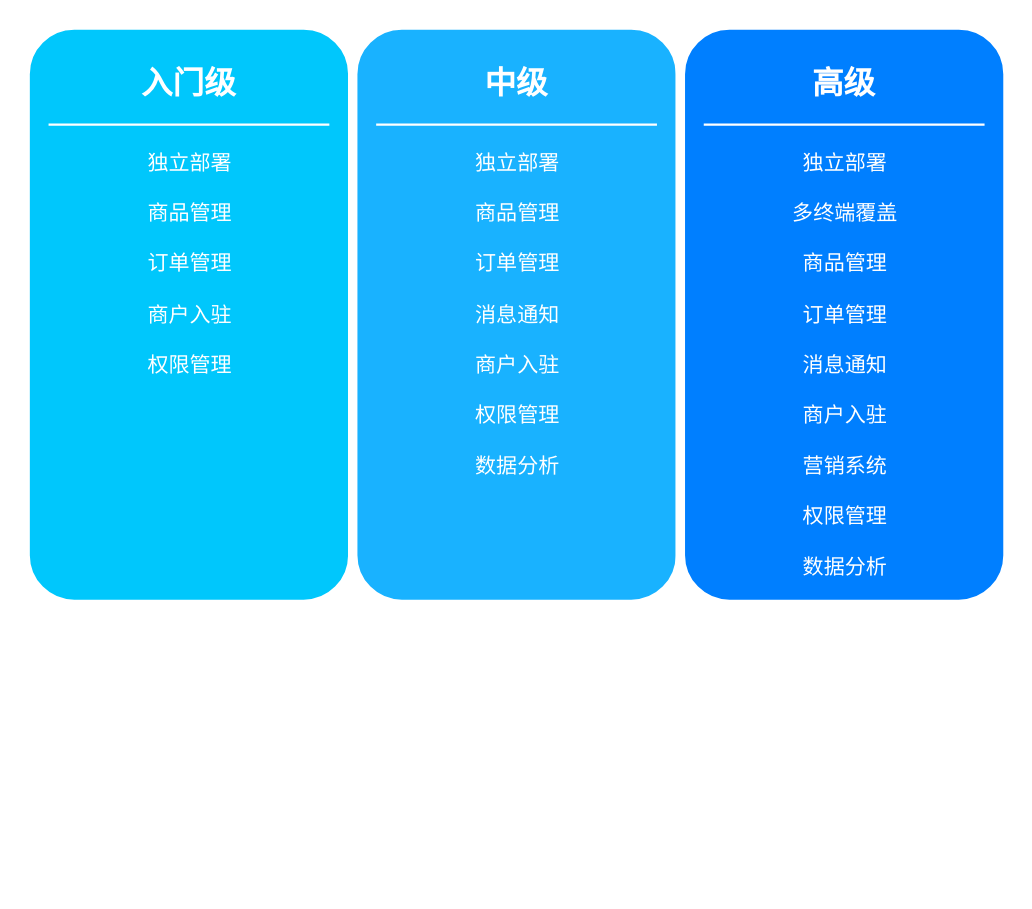
Before: 商城架构分级图.drawio in xiaoming728/draw, a draw.io diagram. Source tidied: cells renumbered, new cells numbered last; positions are measured from the earlier drawing's top-left corner, leaving out a move shared by most shapes. Both pictures are drawn from the tidied source at 117%, with x=0, y=0 at pixel (25, 25).
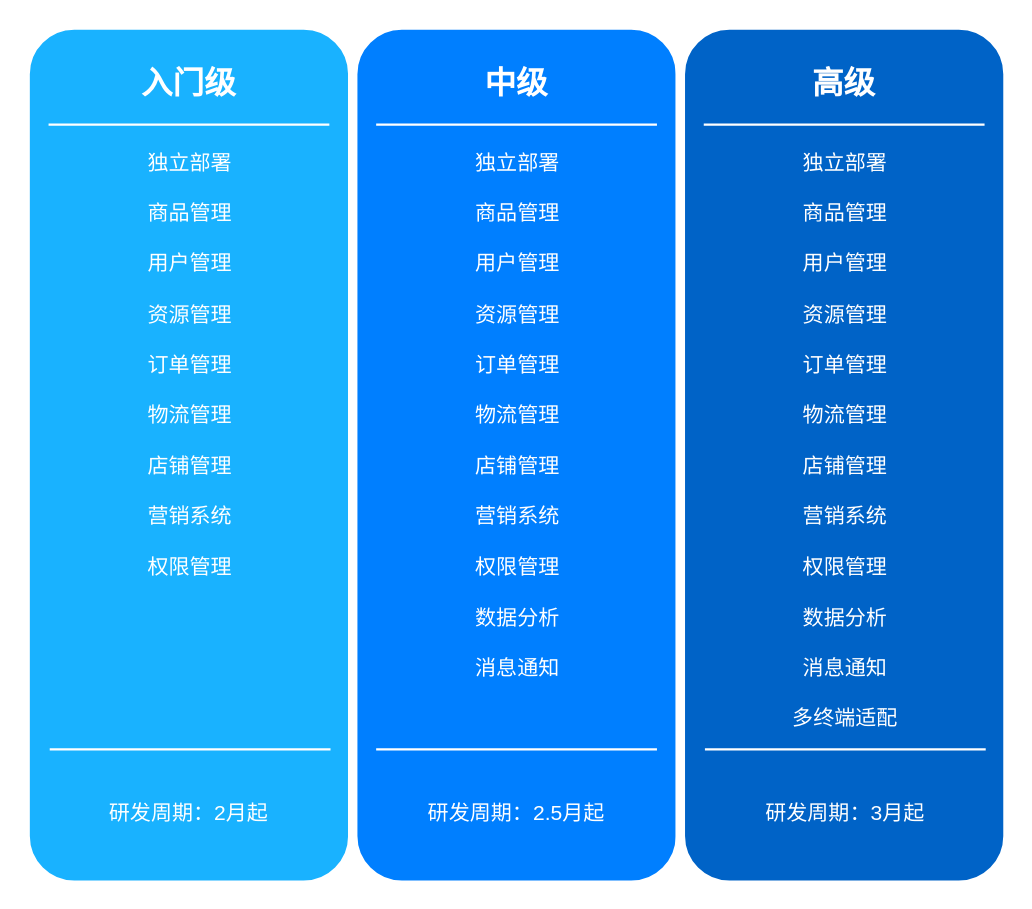
After the change.

Commit message (it also covers changes not shown here):
更新商城架构分级图.drawio

The edit, as a diff of the source:
```diff
@@
 <mxGraphModel>
   <root>
     <mxCell id="0" />
     <mxCell id="1" parent="0" />
-    <mxCell id="2" style="whiteSpace=wrap;html=1;rounded=1;shadow=0;strokeWidth=8;fontSize=20;align=center;fillColor=#00c7fc;strokeColor=#FFFFFF;" parent="1" vertex="1">
-      <mxGeometry width="280" height="495" as="geometry" />
+    <mxCell id="2" style="whiteSpace=wrap;html=1;rounded=1;shadow=0;strokeWidth=8;fontSize=20;align=center;fillColor=#19b2ff;strokeColor=#FFFFFF;" parent="1" vertex="1">
+      <mxGeometry width="280" height="735" as="geometry" />
     </mxCell>
     <mxCell id="3" value="入门级" style="text;html=1;strokeColor=none;fillColor=none;align=center;verticalAlign=middle;whiteSpace=wrap;rounded=0;shadow=0;fontSize=27;fontColor=#FFFFFF;fontStyle=1;" parent="1" vertex="1">
       <mxGeometry y="20" width="280" height="60" as="geometry" />
     </mxCell>
     <mxCell id="4" style="line;strokeWidth=2;html=1;rounded=0;shadow=0;fontSize=27;align=center;fillColor=none;strokeColor=#FFFFFF;" parent="1" vertex="1">
       <mxGeometry x="20" y="80" width="240" height="10" as="geometry" />
     </mxCell>
-    <mxCell id="5" style="whiteSpace=wrap;html=1;rounded=1;shadow=0;strokeWidth=8;fontSize=20;align=center;fillColor=#19B2FF;strokeColor=#FFFFFF;" parent="1" vertex="1">
-      <mxGeometry x="280" width="280" height="495" as="geometry" />
+    <mxCell id="5" style="whiteSpace=wrap;html=1;rounded=1;shadow=0;strokeWidth=8;fontSize=20;align=center;fillColor=#007fff;strokeColor=#FFFFFF;" parent="1" vertex="1">
+      <mxGeometry x="280" width="280" height="735" as="geometry" />
     </mxCell>
     <mxCell id="6" value="中级" style="text;html=1;strokeColor=none;fillColor=none;align=center;verticalAlign=middle;whiteSpace=wrap;rounded=0;shadow=0;fontSize=27;fontColor=#FFFFFF;fontStyle=1;" parent="1" vertex="1">
       <mxGeometry x="280" y="20" width="280" height="60" as="geometry" />
     </mxCell>
     <mxCell id="7" style="line;strokeWidth=2;html=1;rounded=0;shadow=0;fontSize=27;align=center;fillColor=none;strokeColor=#FFFFFF;" parent="1" vertex="1">
       <mxGeometry x="300" y="80" width="240" height="10" as="geometry" />
     </mxCell>
-    <mxCell id="8" style="whiteSpace=wrap;html=1;rounded=1;shadow=0;strokeWidth=8;fontSize=20;align=center;fillColor=#007FFF;strokeColor=#FFFFFF;" parent="1" vertex="1">
-      <mxGeometry x="560" width="280" height="495" as="geometry" />
+    <mxCell id="8" style="whiteSpace=wrap;html=1;rounded=1;shadow=0;strokeWidth=8;fontSize=20;align=center;fillColor=#0063C7;strokeColor=#FFFFFF;" parent="1" vertex="1">
+      <mxGeometry x="560" width="280" height="735" as="geometry" />
     </mxCell>
     <mxCell id="9" value="高级" style="text;html=1;strokeColor=none;fillColor=none;align=center;verticalAlign=middle;whiteSpace=wrap;rounded=0;shadow=0;fontSize=27;fontColor=#FFFFFF;fontStyle=1;" parent="1" vertex="1">
       <mxGeometry x="560" y="20" width="280" height="60" as="geometry" />
     </mxCell>
     <mxCell id="10" style="line;strokeWidth=2;html=1;rounded=0;shadow=0;fontSize=27;align=center;fillColor=none;strokeColor=#FFFFFF;" parent="1" vertex="1">
       <mxGeometry x="580" y="80" width="240" height="10" as="geometry" />
     </mxCell>
-    <mxCell id="11" value="独立部署&lt;br style=&quot;border-color: var(--border-color); font-size: 18px;&quot;&gt;&lt;br style=&quot;border-color: var(--border-color); font-size: 18px;&quot;&gt;商品管理&lt;br style=&quot;border-color: var(--border-color); font-size: 18px;&quot;&gt;&lt;br style=&quot;border-color: var(--border-color); font-size: 18px;&quot;&gt;订单管理&lt;br style=&quot;border-color: var(--border-color); font-size: 18px;&quot;&gt;&lt;br style=&quot;border-color: var(--border-color); font-size: 18px;&quot;&gt;商户入驻&lt;br style=&quot;border-color: var(--border-color); font-size: 18px;&quot;&gt;&lt;br style=&quot;border-color: var(--border-color); font-size: 18px;&quot;&gt;权限管理" style="text;html=1;strokeColor=none;fillColor=none;align=center;verticalAlign=top;whiteSpace=wrap;rounded=0;shadow=0;fontSize=18;fontColor=#FFFFFF;" parent="1" vertex="1">
+    <mxCell id="11" value="独立部署&lt;br style=&quot;border-color: var(--border-color); font-size: 18px;&quot;&gt;&lt;br style=&quot;border-color: var(--border-color); font-size: 18px;&quot;&gt;商品管理&lt;br&gt;&lt;br&gt;用户管理&lt;br style=&quot;border-color: var(--border-color);&quot;&gt;&lt;br style=&quot;border-color: var(--border-color);&quot;&gt;资源管理&lt;br style=&quot;border-color: var(--border-color); font-size: 18px;&quot;&gt;&lt;br style=&quot;border-color: var(--border-color); font-size: 18px;&quot;&gt;订单管理&lt;br&gt;&lt;br style=&quot;border-color: var(--border-color);&quot;&gt;物流管理&lt;br style=&quot;border-color: var(--border-color); font-size: 18px;&quot;&gt;&lt;br style=&quot;border-color: var(--border-color); font-size: 18px;&quot;&gt;店铺管理&lt;br style=&quot;border-color: var(--border-color); font-size: 18px;&quot;&gt;&lt;br&gt;营销系统&lt;br style=&quot;border-color: var(--border-color);&quot;&gt;&lt;br style=&quot;border-color: var(--border-color); font-size: 18px;&quot;&gt;权限管理&lt;div&gt;&lt;br&gt;&lt;/div&gt;" style="text;html=1;strokeColor=none;fillColor=none;align=center;verticalAlign=top;whiteSpace=wrap;rounded=0;shadow=0;fontSize=18;fontColor=#FFFFFF;" parent="1" vertex="1">
       <mxGeometry x="1" y="101" width="280" height="295" as="geometry" />
     </mxCell>
-    <mxCell id="12" value="独立部署&lt;br style=&quot;border-color: var(--border-color); font-size: 18px;&quot;&gt;&lt;br style=&quot;border-color: var(--border-color); font-size: 18px;&quot;&gt;商品管理&lt;br style=&quot;border-color: var(--border-color); font-size: 18px;&quot;&gt;&lt;br style=&quot;border-color: var(--border-color); font-size: 18px;&quot;&gt;订单管理&lt;br style=&quot;border-color: var(--border-color); font-size: 18px;&quot;&gt;&lt;br style=&quot;border-color: var(--border-color); font-size: 18px;&quot;&gt;消息通知&lt;br style=&quot;border-color: var(--border-color); font-size: 18px;&quot;&gt;&lt;br style=&quot;border-color: var(--border-color); font-size: 18px;&quot;&gt;商户入驻&lt;br style=&quot;border-color: var(--border-color); font-size: 18px;&quot;&gt;&lt;br style=&quot;border-color: var(--border-color); font-size: 18px;&quot;&gt;权限管理&lt;br style=&quot;font-size: 18px;&quot;&gt;&lt;br style=&quot;font-size: 18px;&quot;&gt;数据分析" style="text;html=1;strokeColor=none;fillColor=none;align=center;verticalAlign=top;whiteSpace=wrap;rounded=0;shadow=0;fontSize=18;fontColor=#FFFFFF;" parent="1" vertex="1">
+    <mxCell id="12" value="独立部署&lt;br style=&quot;border-color: var(--border-color); font-size: 18px;&quot;&gt;&lt;br style=&quot;border-color: var(--border-color); font-size: 18px;&quot;&gt;商品管理&lt;br&gt;&lt;br&gt;用户管理&lt;br style=&quot;border-color: var(--border-color);&quot;&gt;&lt;br style=&quot;border-color: var(--border-color);&quot;&gt;资源管理&lt;br style=&quot;border-color: var(--border-color); font-size: 18px;&quot;&gt;&lt;br style=&quot;border-color: var(--border-color); font-size: 18px;&quot;&gt;订单管理&lt;br&gt;&lt;br style=&quot;border-color: var(--border-color);&quot;&gt;物流管理&lt;br style=&quot;border-color: var(--border-color); font-size: 18px;&quot;&gt;&lt;br&gt;店铺管理&lt;br&gt;&lt;br&gt;营销系统&lt;br style=&quot;border-color: var(--border-color);&quot;&gt;&lt;br style=&quot;border-color: var(--border-color); font-size: 18px;&quot;&gt;权限管理&lt;br style=&quot;font-size: 18px;&quot;&gt;&lt;br style=&quot;font-size: 18px;&quot;&gt;数据分析&lt;br&gt;&lt;br&gt;消息通知" style="text;html=1;strokeColor=none;fillColor=none;align=center;verticalAlign=top;whiteSpace=wrap;rounded=0;shadow=0;fontSize=18;fontColor=#FFFFFF;" parent="1" vertex="1">
       <mxGeometry x="281" y="101" width="280" height="295" as="geometry" />
     </mxCell>
-    <mxCell id="13" value="独立部署&lt;br style=&quot;border-color: var(--border-color); font-size: 18px;&quot;&gt;&lt;br style=&quot;border-color: var(--border-color); font-size: 18px;&quot;&gt;多终端覆盖&lt;br style=&quot;border-color: var(--border-color); font-size: 18px;&quot;&gt;&lt;br style=&quot;border-color: var(--border-color); font-size: 18px;&quot;&gt;商品管理&lt;br style=&quot;border-color: var(--border-color); font-size: 18px;&quot;&gt;&lt;br style=&quot;border-color: var(--border-color); font-size: 18px;&quot;&gt;订单管理&lt;br style=&quot;border-color: var(--border-color); font-size: 18px;&quot;&gt;&lt;br style=&quot;border-color: var(--border-color); font-size: 18px;&quot;&gt;消息通知&lt;br style=&quot;border-color: var(--border-color); font-size: 18px;&quot;&gt;&lt;br style=&quot;border-color: var(--border-color); font-size: 18px;&quot;&gt;商户入驻&lt;br style=&quot;border-color: var(--border-color); font-size: 18px;&quot;&gt;&lt;br style=&quot;border-color: var(--border-color); font-size: 18px;&quot;&gt;营销系统&lt;br style=&quot;border-color: var(--border-color); font-size: 18px;&quot;&gt;&lt;br style=&quot;border-color: var(--border-color); font-size: 18px;&quot;&gt;权限管理&lt;br style=&quot;font-size: 18px;&quot;&gt;&lt;br style=&quot;font-size: 18px;&quot;&gt;数据分析" style="text;html=1;strokeColor=none;fillColor=none;align=center;verticalAlign=top;whiteSpace=wrap;rounded=0;shadow=0;fontSize=18;fontColor=#FFFFFF;" parent="1" vertex="1">
-      <mxGeometry x="561" y="101" width="280" height="375" as="geometry" />
+    <mxCell id="13" value="独立部署&lt;br style=&quot;border-color: var(--border-color); font-size: 18px;&quot;&gt;&lt;br style=&quot;border-color: var(--border-color); font-size: 18px;&quot;&gt;商品管理&lt;br&gt;&lt;br&gt;用户管理&lt;br&gt;&lt;br&gt;资源管理&lt;br style=&quot;border-color: var(--border-color); font-size: 18px;&quot;&gt;&lt;br style=&quot;border-color: var(--border-color); font-size: 18px;&quot;&gt;订单管理&lt;br&gt;&lt;br&gt;物流管理&lt;br style=&quot;border-color: var(--border-color); font-size: 18px;&quot;&gt;&lt;br style=&quot;border-color: var(--border-color); font-size: 18px;&quot;&gt;店铺管理&lt;br style=&quot;border-color: var(--border-color);&quot;&gt;&lt;br&gt;营销系统&lt;br style=&quot;border-color: var(--border-color); font-size: 18px;&quot;&gt;&lt;br style=&quot;border-color: var(--border-color); font-size: 18px;&quot;&gt;权限管理&lt;br style=&quot;font-size: 18px;&quot;&gt;&lt;br style=&quot;font-size: 18px;&quot;&gt;数据分析&lt;br&gt;&lt;br&gt;消息通知&lt;br style=&quot;border-color: var(--border-color);&quot;&gt;&lt;br&gt;多终端适配&lt;div&gt;&lt;br&gt;&lt;/div&gt;" style="text;html=1;strokeColor=none;fillColor=none;align=center;verticalAlign=top;whiteSpace=wrap;rounded=0;shadow=0;fontSize=18;fontColor=#FFFFFF;" parent="1" vertex="1">
+      <mxGeometry x="561" y="101" width="280" height="294" as="geometry" />
     </mxCell>
+    <mxCell id="14" style="line;strokeWidth=2;html=1;rounded=0;shadow=0;fontSize=27;align=center;fillColor=none;strokeColor=#FFFFFF;" parent="1" vertex="1">
+      <mxGeometry x="21" y="614" width="240" height="10" as="geometry" />
+    </mxCell>
+    <mxCell id="15" style="line;strokeWidth=2;html=1;rounded=0;shadow=0;fontSize=27;align=center;fillColor=none;strokeColor=#FFFFFF;" parent="1" vertex="1">
+      <mxGeometry x="581" y="614" width="240" height="10" as="geometry" />
+    </mxCell>
+    <mxCell id="16" style="line;strokeWidth=2;html=1;rounded=0;shadow=0;fontSize=27;align=center;fillColor=none;strokeColor=#FFFFFF;" parent="1" vertex="1">
+      <mxGeometry x="300" y="614" width="240" height="10" as="geometry" />
+    </mxCell>
+    <mxCell id="17" value="研发周期：3月起" style="text;html=1;strokeColor=none;fillColor=none;align=center;verticalAlign=middle;whiteSpace=wrap;rounded=0;shadow=0;fontSize=18;fontColor=#FFFFFF;" parent="1" vertex="1">
+      <mxGeometry x="561" y="624" width="280" height="100" as="geometry" />
+    </mxCell>
+    <mxCell id="18" value="研发周期：2月起" style="text;html=1;strokeColor=none;fillColor=none;align=center;verticalAlign=middle;whiteSpace=wrap;rounded=0;shadow=0;fontSize=18;fontColor=#FFFFFF;" parent="1" vertex="1">
+      <mxGeometry y="624" width="280" height="100" as="geometry" />
+    </mxCell>
+    <mxCell id="19" value="研发周期：2.5月起" style="text;html=1;strokeColor=none;fillColor=none;align=center;verticalAlign=middle;whiteSpace=wrap;rounded=0;shadow=0;fontSize=18;fontColor=#FFFFFF;" parent="1" vertex="1">
+      <mxGeometry x="280" y="624" width="280" height="100" as="geometry" />
+    </mxCell>
   </root>
 </mxGraphModel>
```
